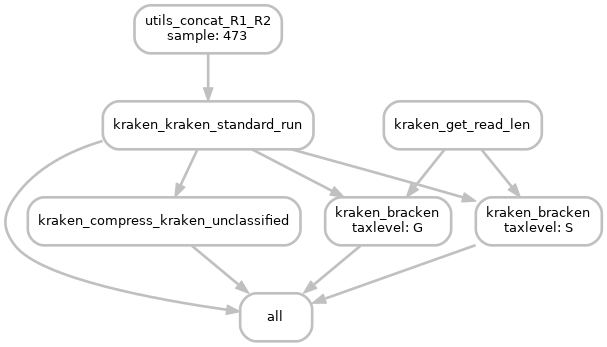
This is images/kraken_dag.png from vdblab/vdblab-shotgun, a Graphviz export, as it was before one commit. Its source is kept beside it as images/kraken_dag.dot.
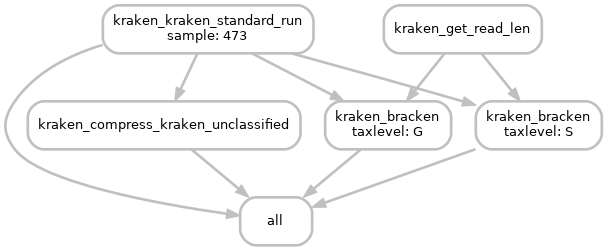
The same diagram one commit later.

Change to the diagram source:
```diff
@@ -3,20 +3,18 @@
     node[shape=box, style=rounded, fontname=sans,                 fontsize=10, penwidth=2];
     edge[penwidth=2, color=grey];
 	0[label = "all", color = "grey", style="rounded"];
-	1[label = "kraken_kraken_standard_run", color = "grey", style="rounded"];
-	2[label = "utils_concat_R1_R2\nsample: 473", color = "grey", style="rounded"];
-	3[label = "kraken_compress_kraken_unclassified", color = "grey", style="rounded"];
-	4[label = "kraken_get_read_len", color = "grey", style="rounded"];
-	5[label = "kraken_bracken\ntaxlevel: G", color = "grey", style="rounded"];
-	6[label = "kraken_bracken\ntaxlevel: S", color = "grey", style="rounded"];
+	1[label = "kraken_kraken_standard_run\nsample: 473", color = "grey", style="rounded"];
+	2[label = "kraken_compress_kraken_unclassified", color = "grey", style="rounded"];
+	3[label = "kraken_get_read_len", color = "grey", style="rounded"];
+	4[label = "kraken_bracken\ntaxlevel: G", color = "grey", style="rounded"];
+	5[label = "kraken_bracken\ntaxlevel: S", color = "grey", style="rounded"];
 	1 -> 0
-	3 -> 0
+	2 -> 0
+	4 -> 0
 	5 -> 0
-	6 -> 0
-	2 -> 1
-	1 -> 3
-	4 -> 5
+	1 -> 2
+	3 -> 4
+	1 -> 4
+	3 -> 5
 	1 -> 5
-	4 -> 6
-	1 -> 6
 }
```
